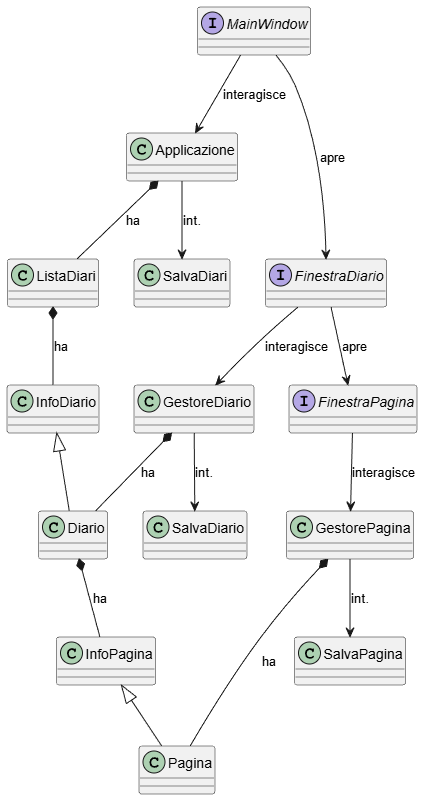
Above: diagrammi/ClassDiagramEasy.png in Borgo2000/Progetto-diario (PlantUML), before the change. Its source is kept beside it as diagrammi/ClassDiagramEasy.puml.
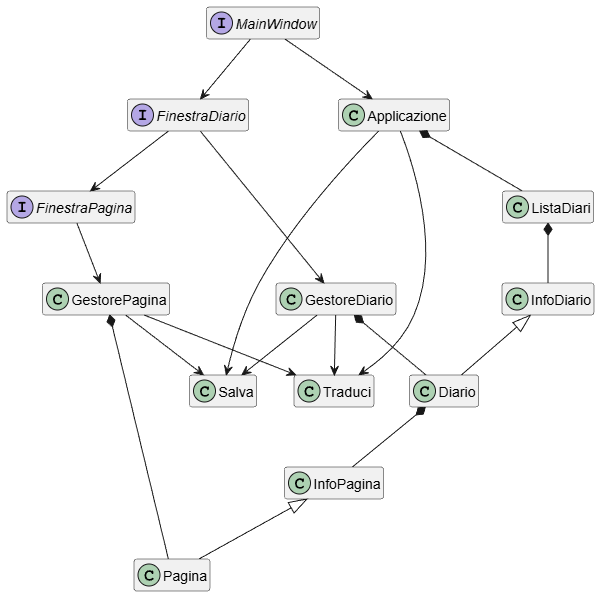
The same diagram one commit later.

Commit message:
Modifica diagramma delle classi

What changed in the source:
```diff
@@ -1,51 +1,68 @@
 @startuml
 
-class Applicazione{}
+hide attributes
+hide methods
+hide members
 
-class GestoreDiario{}
+interface MainWindow{
+}
 
-class GestorePagina{}
+interface FinestraDiario{
+}
 
-class ListaDiari{}
+interface FinestraPagina{
+}
 
-class InfoDiario{}
+class Applicazione{
+}
 
-class Diario extends InfoDiario{}
+class GestoreDiario{
+}
 
-class InfoPagina{}
+class GestorePagina{
+}
 
-class Pagina extends InfoPagina{}
+class ListaDiari{
+}
 
-class SalvaDiari{}
+class InfoDiario{
+}
 
-class SalvaDiario{}
+class Diario extends InfoDiario{
+}
 
-class SalvaPagina{}
+class InfoPagina{
+}
 
-interface MainWindow{}
+class Pagina extends InfoPagina{
+}
 
-interface FinestraDiario{}
+class Traduci{
+}
 
-interface FinestraPagina{}
+class Salva{
+}
 
-MainWindow --> FinestraDiario : apre
-FinestraDiario --> FinestraPagina : apre
+MainWindow --> FinestraDiario
+FinestraDiario --> FinestraPagina
 
-MainWindow --> Applicazione : interagisce
-FinestraDiario --> GestoreDiario : interagisce
-FinestraPagina --> GestorePagina : interagisce
+MainWindow --> Applicazione
+FinestraDiario --> GestoreDiario
+FinestraPagina --> GestorePagina
 
-Applicazione *-- ListaDiari : ha
-GestoreDiario *-- Diario : ha
-GestorePagina *-- Pagina : ha
+Applicazione *-- ListaDiari
+GestoreDiario *-- Diario
+GestorePagina *-- Pagina
 
-Applicazione --> SalvaDiari : int.
+Applicazione --> Traduci
+GestoreDiario --> Traduci
+GestorePagina --> Traduci
 
-GestoreDiario --> SalvaDiario : int.
+Applicazione --> Salva
+GestoreDiario --> Salva
+GestorePagina --> Salva
 
-GestorePagina --> SalvaPagina : int.
-
-ListaDiari *-- InfoDiario : ha
-Diario *-- InfoPagina : ha
+ListaDiari *-- InfoDiario
+Diario *-- InfoPagina
 
 @enduml
```
